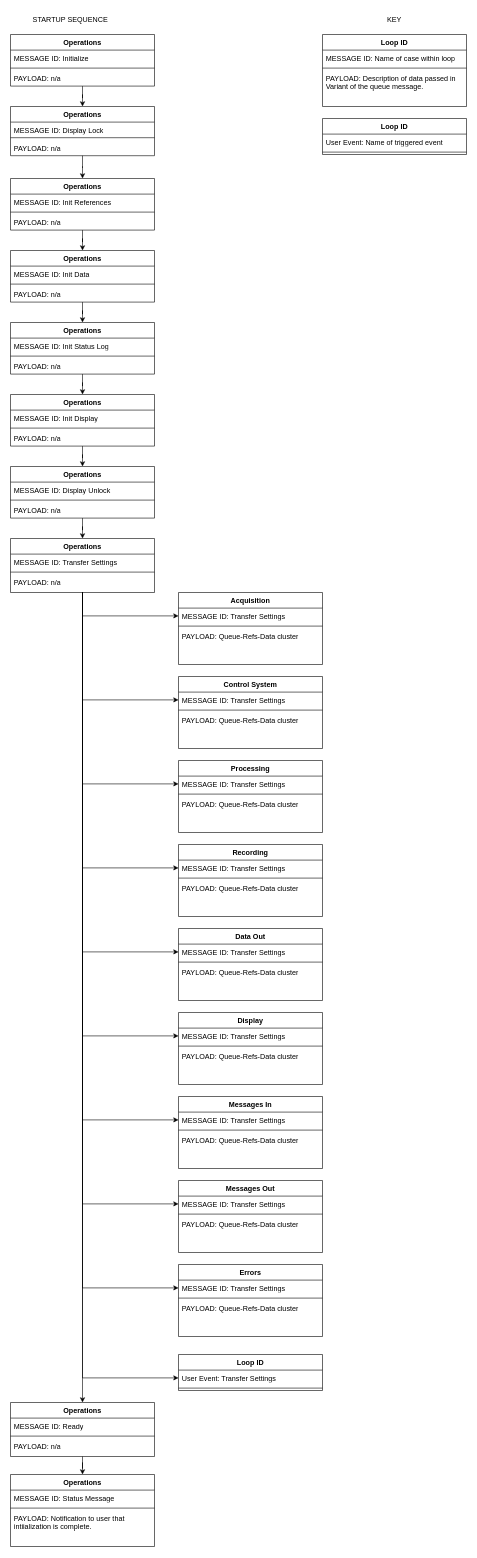
The draw.io diagram page "Startup Sequence" (1 of 2) of Documentation/Messaging Sequences.drawio in StoneTrees737797/Modern-Data-System-Framework, before the edit. Source tidied: cells renumbered, new cells numbered last; positions are measured from the earlier drawing's top-left corner, leaving out a move shared by most shapes. Both pictures are drawn from the tidied source at 60%, with x=0, y=0 at pixel (10, 10).
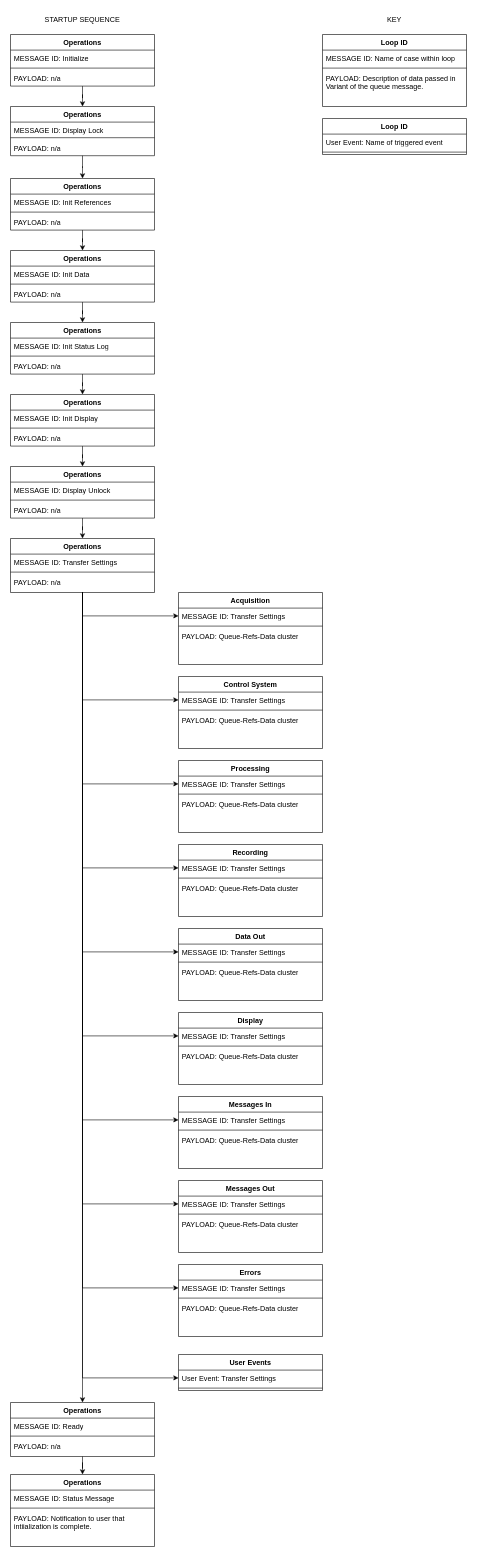
The same page after the edit.

Commit message (it also covers changes not shown here):
Add shutdown sequence flow chart to Messaging Sequences.drawio.

What changed in the source:
```diff
@@
     <mxCell id="57" value="STARTUP SEQUENCE" style="text;html=1;whiteSpace=wrap;strokeColor=none;fillColor=none;align=center;verticalAlign=middle;rounded=0;" parent="1" vertex="1">
-      <mxGeometry width="200" height="30" as="geometry" />
+      <mxGeometry x="20" width="200" height="30" as="geometry" />
     </mxCell>
@@
-    <mxCell id="97" value="Loop ID" style="swimlane;fontStyle=1;align=center;verticalAlign=top;horizontal=1;startSize=26;whiteSpace=wrap;html=1;" parent="1" vertex="1">
+    <mxCell id="97" value="User Events" style="swimlane;fontStyle=1;align=center;verticalAlign=top;horizontal=1;startSize=26;whiteSpace=wrap;html=1;" parent="1" vertex="1">
       <mxGeometry x="280" y="2240" width="240" height="60" as="geometry" />
     </mxCell>
```
